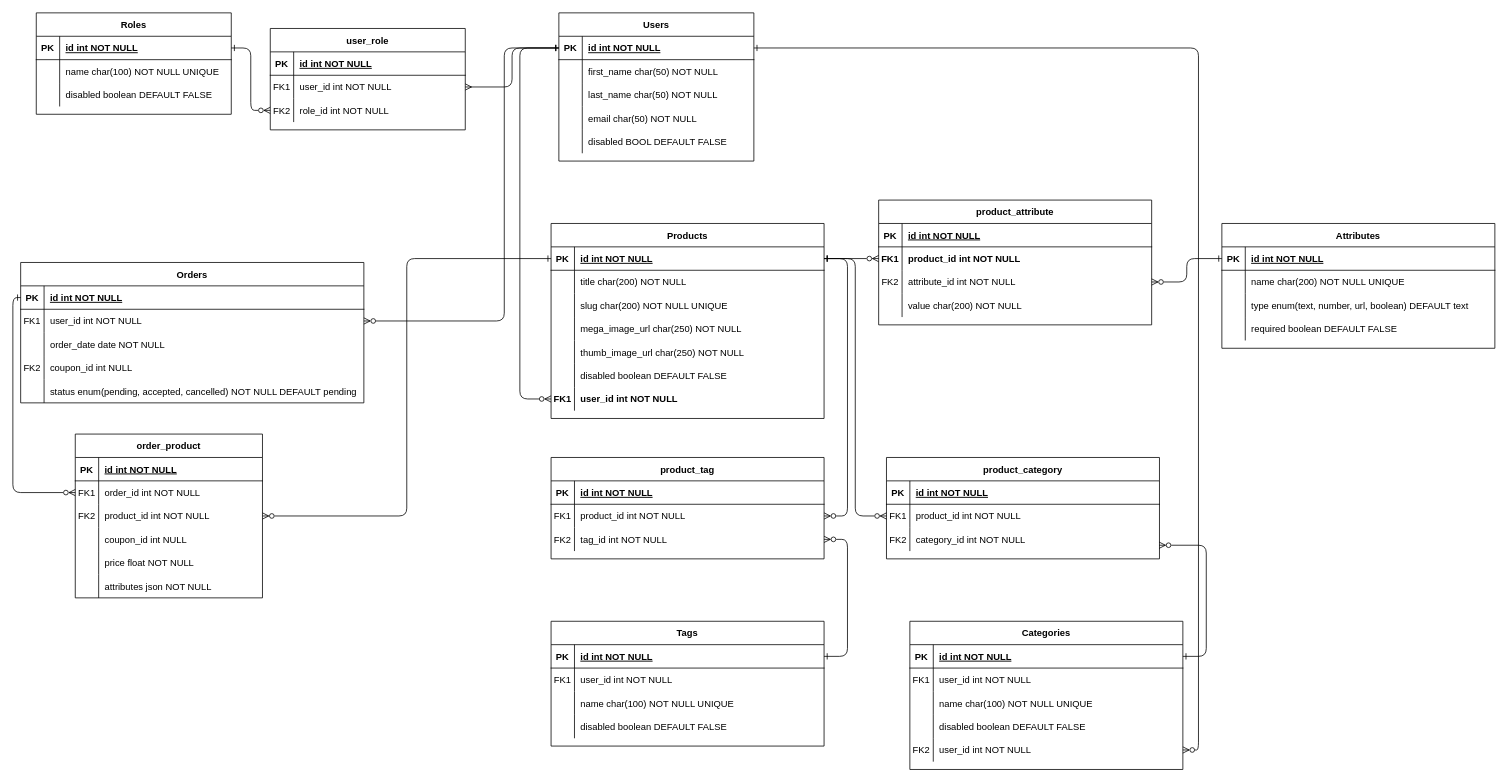
The draw.io diagram page "SQL ERD" (1 of 2) of dev-docs/erd/ExpressCommerce.drawio in shahin7511/express-commerce, before the edit. Source tidied: cells renumbered, new cells numbered last; positions are measured from the earlier drawing's top-left corner, leaving out a move shared by most shapes. Both pictures are drawn from the tidied source at 78%, with x=0, y=0 at pixel (20, 12).
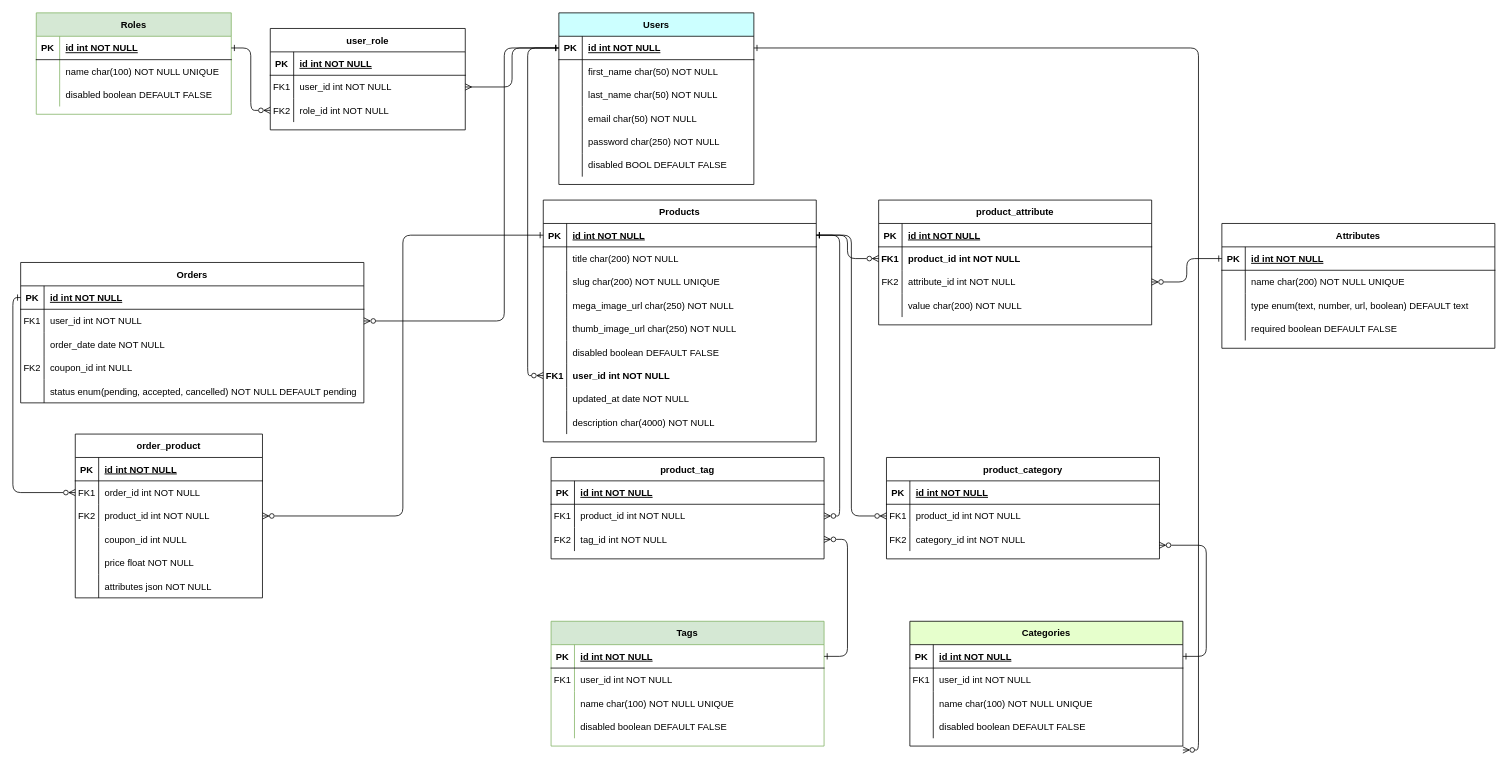
The same diagram, later.

Unchanged cells that the change refers to:
```xml
<mxCell id="3" style="shape=partialRectangle;fillColor=none;points=[[0,0.5],[1,0.5]];portConstraint=eastwest;top=0;left=0;right=0;bottom=1;" parent="2" vertex="1">
  <mxGeometry y="30" width="250" height="30" as="geometry" />
</mxCell>
<mxCell id="19" style="shape=partialRectangle;fillColor=none;points=[[0,0.5],[1,0.5]];portConstraint=eastwest;top=0;left=0;right=0;bottom=1;" parent="18" vertex="1">
  <mxGeometry y="30" width="350" height="30" as="geometry" />
</mxCell>
<mxCell id="37" style="shape=partialRectangle;fillColor=none;points=[[0,0.5],[1,0.5]];portConstraint=eastwest;top=0;left=0;right=0;bottom=0;" parent="18" vertex="1">
  <mxGeometry y="210" width="350" height="30" as="geometry" />
</mxCell>
<mxCell id="44" style="shape=partialRectangle;fillColor=none;points=[[0,0.5],[1,0.5]];portConstraint=eastwest;top=0;left=0;right=0;bottom=0;" parent="40" vertex="1">
  <mxGeometry y="60" width="350" height="30" as="geometry" />
</mxCell>
```

Change to the diagram source:
```diff
@@
-    <mxCell id="2" value="Users" style="shape=table;startSize=30;childLayout=tableLayout;rowLines=0;fontStyle=1;align=center;" parent="1" vertex="1">
-      <mxGeometry x="690" width="250" height="190" as="geometry" />
+    <mxCell id="2" value="Users" style="shape=table;startSize=30;childLayout=tableLayout;rowLines=0;fontStyle=1;align=center;fillColor=#CCFFFF;" parent="1" vertex="1">
+      <mxGeometry x="690" width="250" height="220" as="geometry" />
     </mxCell>
@@
+    <mxCell id="183" style="shape=partialRectangle;fillColor=none;top=0;left=0;right=0;bottom=0;" parent="2" vertex="1">
+      <mxGeometry y="150" width="250" height="30" as="geometry" />
+    </mxCell>
+    <mxCell id="184" style="shape=partialRectangle;overflow=hidden;fillColor=none;top=0;left=0;bottom=0;right=0;" parent="183" vertex="1">
+      <mxGeometry width="30" height="30" as="geometry" />
+    </mxCell>
+    <mxCell id="185" value="password char(250) NOT NULL" style="shape=partialRectangle;overflow=hidden;fillColor=none;top=0;left=0;bottom=0;right=0;align=left;spacingLeft=6;" parent="183" vertex="1">
+      <mxGeometry x="30" width="220" height="30" as="geometry" />
+    </mxCell>
     <mxCell id="15" style="shape=partialRectangle;fillColor=none;top=0;left=0;right=0;bottom=0;" parent="2" vertex="1">
-      <mxGeometry y="150" width="250" height="30" as="geometry" />
+      <mxGeometry y="180" width="250" height="30" as="geometry" />
     </mxCell>
@@
     <mxCell id="18" value="Products" style="shape=table;startSize=30;childLayout=tableLayout;rowLines=0;fontStyle=1;align=center;" parent="1" vertex="1">
-      <mxGeometry x="680" y="270" width="350" height="250" as="geometry" />
+      <mxGeometry x="670" y="240" width="350" height="310" as="geometry" />
     </mxCell>
@@
+    <mxCell id="186" style="shape=partialRectangle;fillColor=none;top=0;left=0;right=0;bottom=0;" parent="18" vertex="1">
+      <mxGeometry y="240" width="350" height="30" as="geometry" />
+    </mxCell>
+    <mxCell id="187" style="shape=partialRectangle;overflow=hidden;fillColor=none;top=0;left=0;bottom=0;right=0;" parent="186" vertex="1">
+      <mxGeometry width="30" height="30" as="geometry" />
+    </mxCell>
+    <mxCell id="188" value="updated_at date NOT NULL" style="shape=partialRectangle;overflow=hidden;fillColor=none;top=0;left=0;bottom=0;right=0;align=left;spacingLeft=6;" parent="186" vertex="1">
+      <mxGeometry x="30" width="320" height="30" as="geometry" />
+    </mxCell>
+    <mxCell id="189" style="shape=partialRectangle;fillColor=none;top=0;left=0;right=0;bottom=0;" parent="18" vertex="1">
+      <mxGeometry y="270" width="350" height="30" as="geometry" />
+    </mxCell>
+    <mxCell id="190" style="shape=partialRectangle;overflow=hidden;fillColor=none;top=0;left=0;bottom=0;right=0;" parent="189" vertex="1">
+      <mxGeometry width="30" height="30" as="geometry" />
+    </mxCell>
+    <mxCell id="191" value="description char(4000) NOT NULL" style="shape=partialRectangle;overflow=hidden;fillColor=none;top=0;left=0;bottom=0;right=0;align=left;spacingLeft=6;" parent="189" vertex="1">
+      <mxGeometry x="30" width="320" height="30" as="geometry" />
+    </mxCell>
@@
-    <mxCell id="50" value="Tags" style="shape=table;startSize=30;childLayout=tableLayout;rowLines=0;fontStyle=1;align=center;" parent="1" vertex="1">
+    <mxCell id="50" value="Tags" style="shape=table;startSize=30;childLayout=tableLayout;rowLines=0;fontStyle=1;align=center;fillColor=#d5e8d4;strokeColor=#82b366;" parent="1" vertex="1">
       <mxGeometry x="680" y="780" width="350" height="160" as="geometry" />
     </mxCell>
@@
-    <mxCell id="73" value="Categories" style="shape=table;startSize=30;childLayout=tableLayout;rowLines=0;fontStyle=1;align=center;" parent="1" vertex="1">
-      <mxGeometry x="1140" y="780" width="350" height="190" as="geometry" />
+    <mxCell id="73" value="Categories" style="shape=table;startSize=30;childLayout=tableLayout;rowLines=0;fontStyle=1;align=center;fillColor=#E6FFCC;" parent="1" vertex="1">
+      <mxGeometry x="1140" y="780" width="350" height="160" as="geometry" />
     </mxCell>
@@
-    <mxCell id="86" style="shape=partialRectangle;fillColor=none;points=[[0,0.5],[1,0.5]];portConstraint=eastwest;top=0;left=0;right=0;bottom=0;" parent="73" vertex="1">
-      <mxGeometry y="150" width="350" height="30" as="geometry" />
-    </mxCell>
-    <mxCell id="87" value="FK2" style="shape=partialRectangle;overflow=hidden;fillColor=none;top=0;left=0;bottom=0;right=0;" parent="86" vertex="1">
-      <mxGeometry width="30" height="30" as="geometry" />
-    </mxCell>
-    <mxCell id="88" value="user_id int NOT NULL" style="shape=partialRectangle;overflow=hidden;fillColor=none;top=0;left=0;bottom=0;right=0;align=left;spacingLeft=6;" parent="86" vertex="1">
-      <mxGeometry x="30" width="320" height="30" as="geometry" />
-    </mxCell>
@@
-    <mxCell id="125" value="Roles" style="shape=table;startSize=30;childLayout=tableLayout;rowLines=0;fontStyle=1;align=center;" parent="1" vertex="1">
+    <mxCell id="125" value="Roles" style="shape=table;startSize=30;childLayout=tableLayout;rowLines=0;fontStyle=1;align=center;fillColor=#d5e8d4;strokeColor=#82b366;" parent="1" vertex="1">
       <mxGeometry x="20" width="250" height="130" as="geometry" />
     </mxCell>
@@
-    <mxCell id="137" style="edgeStyle=entityRelationEdgeStyle;html=1;entryX=1;entryY=0.5;entryDx=0;entryDy=0;startArrow=ERone;startFill=0;endArrow=ERzeroToMany;endFill=0;" parent="1" edge="1" source="19" target="44">
-      <mxGeometry relative="1" as="geometry" />
+    <mxCell id="137" style="html=1;entryX=1;entryY=0.5;entryDx=0;entryDy=0;startArrow=ERone;startFill=0;endArrow=ERzeroToMany;endFill=0;exitX=1;exitY=0.5;exitDx=0;exitDy=0;edgeStyle=orthogonalEdgeStyle;" parent="1" edge="1" source="19" target="44">
+      <mxGeometry relative="1" as="geometry">
+        <Array as="points">
+          <mxPoint x="1050" y="285" />
+          <mxPoint x="1050" y="645" />
+        </Array>
+      </mxGeometry>
     </mxCell>
@@
-    <mxCell id="143" style="edgeStyle=orthogonalEdgeStyle;html=1;entryX=1;entryY=0.5;entryDx=0;entryDy=0;endArrow=ERzeroToMany;startArrow=ERone;startFill=0;endFill=0;" parent="1" edge="1" source="3" target="86">
+    <mxCell id="143" style="edgeStyle=orthogonalEdgeStyle;html=1;entryX=1;entryY=0.5;entryDx=0;entryDy=0;endArrow=ERzeroToMany;startArrow=ERone;startFill=0;endFill=0;" parent="1" edge="1" source="3">
       <mxGeometry relative="1" as="geometry">
+        <mxPoint x="1490" y="945" as="targetPoint" />
         <Array as="points">
           <mxPoint x="1510" y="45" />
           <mxPoint x="1510" y="945" />
         </Array>
       </mxGeometry>
     </mxCell>
-    <mxCell id="144" style="edgeStyle=orthogonalEdgeStyle;html=1;entryX=0;entryY=0.5;entryDx=0;entryDy=0;endArrow=ERzeroToMany;startArrow=ERone;startFill=0;endFill=0;" parent="1" edge="1" source="3" target="37">
+    <mxCell id="144" style="html=1;entryX=0;entryY=0.5;entryDx=0;entryDy=0;endArrow=ERzeroToMany;startArrow=ERone;startFill=0;endFill=0;exitX=0;exitY=0.5;exitDx=0;exitDy=0;edgeStyle=orthogonalEdgeStyle;" parent="1" edge="1" source="3" target="37">
       <mxGeometry relative="1" as="geometry">
         <Array as="points">
-          <mxPoint x="640" y="45" />
-          <mxPoint x="640" y="495" />
+          <mxPoint x="650" y="45" />
+          <mxPoint x="650" y="465" />
         </Array>
       </mxGeometry>
     </mxCell>
```
